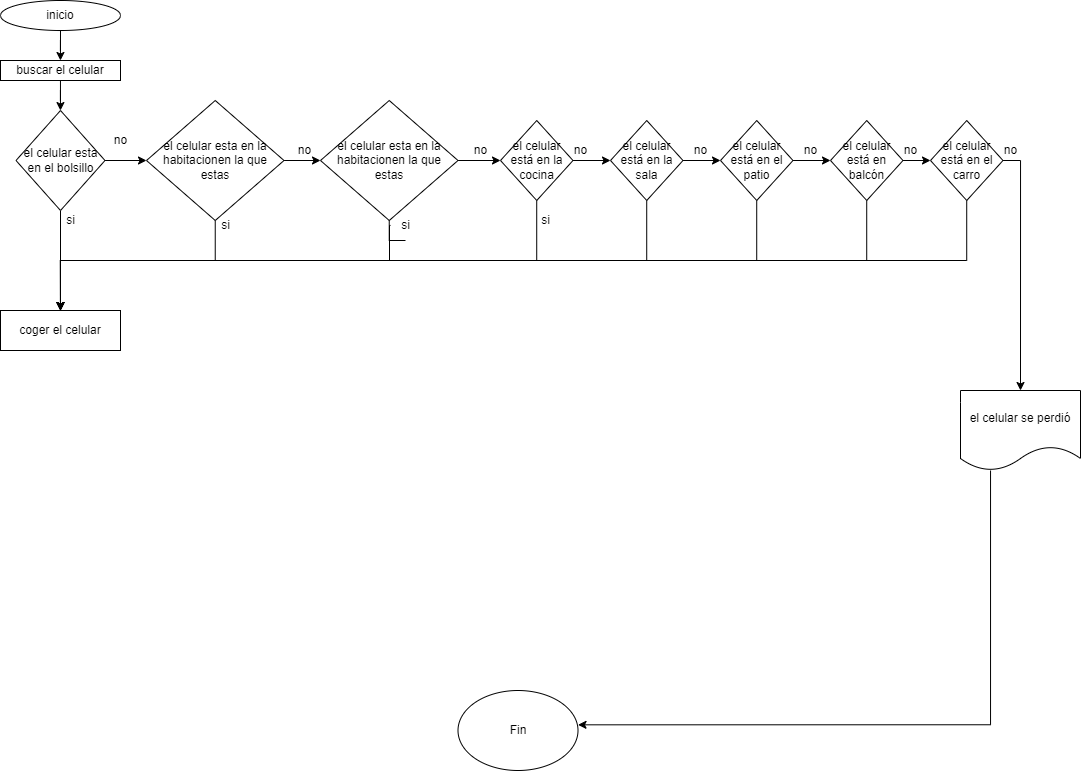
The draw.io diagram Poner a cargar tu celular.png in dasamepu/platzi-flowcharts-de-la-vida-diaria, before a commit. Source tidied: cells renumbered, new cells last; positions are measured from the earlier drawing's top-left corner, leaving out a move shared by most shapes.
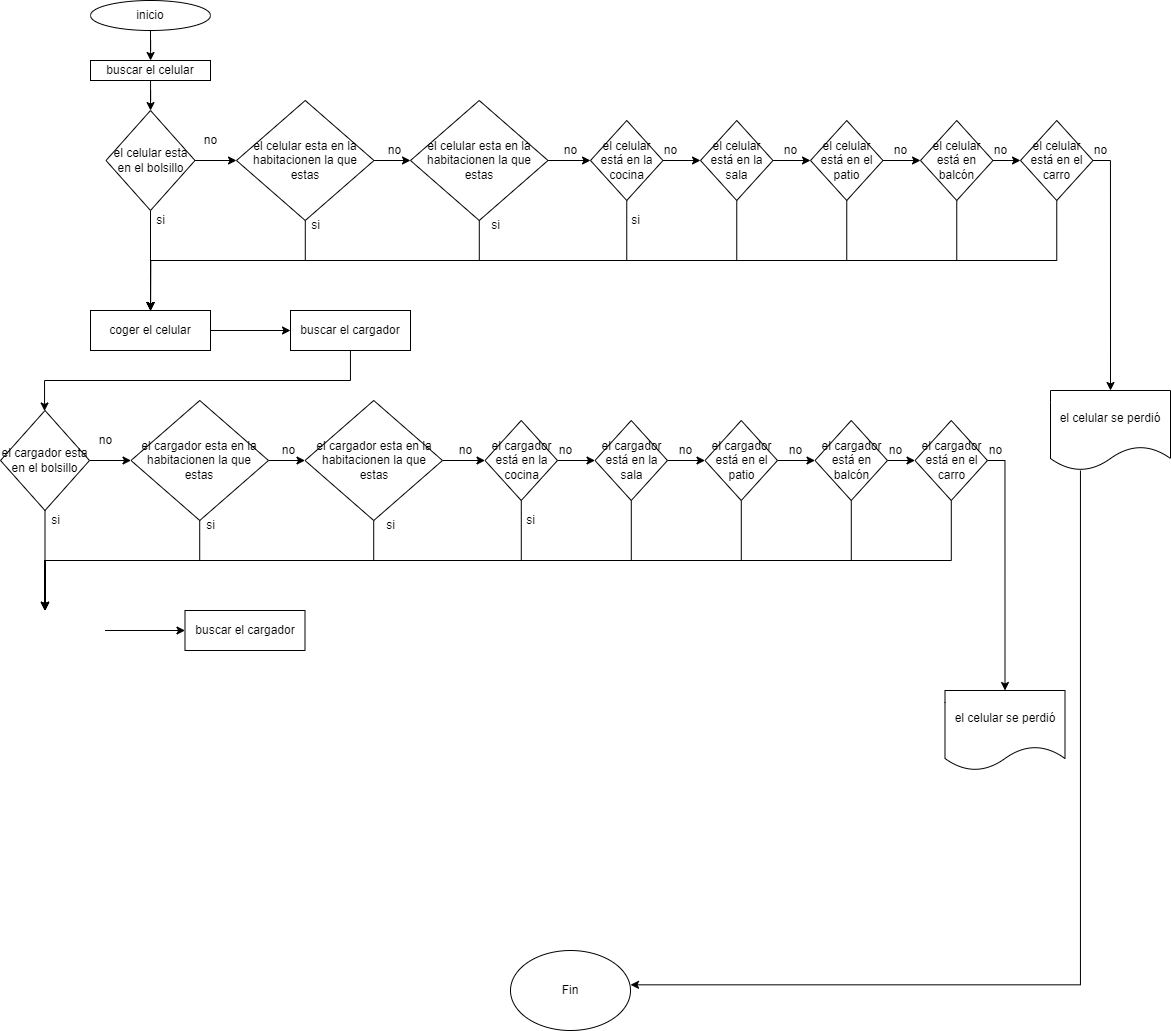
After the change.

The edit, as a diff of the source:
```diff
@@ -40,15 +40,15 @@
     <mxCell id="12" style="edgeStyle=orthogonalEdgeStyle;rounded=0;jettySize=auto;html=1;" parent="1" edge="1" source="14" target="17">
       <mxGeometry relative="1" as="geometry" />
     </mxCell>
-    <mxCell id="13" style="edgeStyle=orthogonalEdgeStyle;rounded=0;jettySize=auto;html=1;startArrow=none;" parent="1" edge="1" source="44">
-      <mxGeometry relative="1" as="geometry">
-        <mxPoint x="60" y="310" as="targetPoint" />
-        <Array as="points">
-          <mxPoint x="389" y="260" />
-          <mxPoint x="60" y="260" />
-        </Array>
-      </mxGeometry>
-    </mxCell>
+    <mxCell id="47" style="edgeStyle=orthogonalEdgeStyle;rounded=0;jettySize=auto;html=1;" parent="1" edge="1" source="14">
+      <mxGeometry relative="1" as="geometry">
+        <mxPoint x="60" y="310" as="targetPoint" />
+        <Array as="points">
+          <mxPoint x="389" y="260" />
+          <mxPoint x="60" y="260" />
+        </Array>
+      </mxGeometry>
+    </mxCell>
     <mxCell id="14" value="el celular esta en la habitacionen la que estas" style="rhombus;whiteSpace=wrap;html=1;" parent="1" vertex="1">
       <mxGeometry x="320" y="100" width="137.5" height="120" as="geometry" />
     </mxCell>
@@ -129,12 +129,12 @@
       <mxGeometry x="930" y="120" width="72.5" height="80" as="geometry" />
     </mxCell>
     <mxCell id="30" value="Fin" style="ellipse;whiteSpace=wrap;html=1;" parent="1" vertex="1">
-      <mxGeometry x="457.5" y="690" width="120" height="80" as="geometry" />
+      <mxGeometry x="420" y="950" width="120" height="80" as="geometry" />
     </mxCell>
     <mxCell id="31" style="edgeStyle=orthogonalEdgeStyle;rounded=0;jettySize=auto;html=1;entryX=1;entryY=0.429;entryDx=0;entryDy=0;entryPerimeter=0;" parent="1" edge="1" source="32" target="30">
       <mxGeometry relative="1" as="geometry">
         <Array as="points">
-          <mxPoint x="990" y="724" />
+          <mxPoint x="990" y="984" />
         </Array>
       </mxGeometry>
     </mxCell>
@@ -165,6 +165,9 @@
     <mxCell id="40" value="no" style="text;html=1;align=center;verticalAlign=middle;strokeColor=none;fillColor=none;" parent="1" vertex="1">
       <mxGeometry x="990" y="135" width="40" height="30" as="geometry" />
     </mxCell>
+    <mxCell id="48" style="edgeStyle=orthogonalEdgeStyle;rounded=0;jettySize=auto;html=1;" parent="1" edge="1" source="41" target="50">
+      <mxGeometry relative="1" as="geometry" />
+    </mxCell>
     <mxCell id="41" value="coger el celular" style="whiteSpace=wrap;html=1;" parent="1" vertex="1">
       <mxGeometry y="310" width="120" height="40" as="geometry" />
     </mxCell>
@@ -177,11 +180,186 @@
     <mxCell id="44" value="si&lt;span style=&quot;color: rgba(0, 0, 0, 0); font-family: monospace; font-size: 0px; text-align: start;&quot;&gt;%3CmxGraphModel%3E%3Croot%3E%3CmxCell%20id%3D%220%22%2F%3E%3CmxCell%20id%3D%221%22%20parent%3D%220%22%2F%3E%3CmxCell%20id%3D%222%22%20value%3D%22no%22%20style%3D%22text%3Bhtml%3D1%3Balign%3Dcenter%3BverticalAlign%3Dmiddle%3Bresizable%3D0%3Bpoints%3D%5B%5D%3Bautosize%3D1%3BstrokeColor%3Dnone%3BfillColor%3Dnone%3B%22%20vertex%3D%221%22%20parent%3D%221%22%3E%3CmxGeometry%20x%3D%22570%22%20y%3D%22155%22%20width%3D%2240%22%20height%3D%2230%22%20as%3D%22geometry%22%2F%3E%3C%2FmxCell%3E%3C%2Froot%3E%3C%2FmxGraphModel%3E&lt;/span&gt;" style="text;html=1;align=center;verticalAlign=middle;points=[];strokeColor=none;fillColor=none;" parent="1" vertex="1">
       <mxGeometry x="390" y="210" width="30" height="30" as="geometry" />
     </mxCell>
-    <mxCell id="45" style="edgeStyle=orthogonalEdgeStyle;rounded=0;jettySize=auto;html=1;endArrow=none;" parent="1" edge="1" source="14" target="44">
-      <mxGeometry relative="1" as="geometry" />
-    </mxCell>
     <mxCell id="46" value="si&lt;span style=&quot;color: rgba(0, 0, 0, 0); font-family: monospace; font-size: 0px; text-align: start;&quot;&gt;%3CmxGraphModel%3E%3Croot%3E%3CmxCell%20id%3D%220%22%2F%3E%3CmxCell%20id%3D%221%22%20parent%3D%220%22%2F%3E%3CmxCell%20id%3D%222%22%20value%3D%22no%22%20style%3D%22text%3Bhtml%3D1%3Balign%3Dcenter%3BverticalAlign%3Dmiddle%3Bresizable%3D0%3Bpoints%3D%5B%5D%3Bautosize%3D1%3BstrokeColor%3Dnone%3BfillColor%3Dnone%3B%22%20vertex%3D%221%22%20parent%3D%221%22%3E%3CmxGeometry%20x%3D%22570%22%20y%3D%22155%22%20width%3D%2240%22%20height%3D%2230%22%20as%3D%22geometry%22%2F%3E%3C%2FmxCell%3E%3C%2Froot%3E%3C%2FmxGraphModel%3E&lt;/span&gt;" style="text;html=1;align=center;verticalAlign=middle;strokeColor=none;fillColor=none;" parent="1" vertex="1">
       <mxGeometry x="530" y="205" width="30" height="30" as="geometry" />
     </mxCell>
+    <mxCell id="49" style="edgeStyle=orthogonalEdgeStyle;rounded=0;jettySize=auto;html=1;" parent="1" edge="1" source="50" target="53">
+      <mxGeometry relative="1" as="geometry">
+        <Array as="points">
+          <mxPoint x="260" y="380" />
+          <mxPoint x="-46" y="380" />
+        </Array>
+      </mxGeometry>
+    </mxCell>
+    <mxCell id="50" value="buscar el cargador" style="whiteSpace=wrap;html=1;" parent="1" vertex="1">
+      <mxGeometry x="200" y="310" width="120" height="40" as="geometry" />
+    </mxCell>
+    <mxCell id="51" style="edgeStyle=orthogonalEdgeStyle;rounded=0;jettySize=auto;html=1;" parent="1" edge="1" source="53" target="56">
+      <mxGeometry relative="1" as="geometry" />
+    </mxCell>
+    <mxCell id="52" style="edgeStyle=orthogonalEdgeStyle;rounded=0;jettySize=auto;html=1;" parent="1" edge="1" source="53">
+      <mxGeometry relative="1" as="geometry">
+        <mxPoint x="-45.5" y="610" as="targetPoint" />
+      </mxGeometry>
+    </mxCell>
+    <mxCell id="53" value="el cargador esta en el bolsillo" style="rhombus;whiteSpace=wrap;html=1;" parent="1" vertex="1">
+      <mxGeometry x="-90" y="410" width="89" height="100" as="geometry" />
+    </mxCell>
+    <mxCell id="54" style="edgeStyle=orthogonalEdgeStyle;rounded=0;jettySize=auto;html=1;" parent="1" edge="1" source="56" target="59">
+      <mxGeometry relative="1" as="geometry" />
+    </mxCell>
+    <mxCell id="55" style="edgeStyle=orthogonalEdgeStyle;rounded=0;jettySize=auto;html=1;entryX=0.5;entryY=0;entryDx=0;entryDy=0;" parent="1" edge="1" source="56">
+      <mxGeometry relative="1" as="geometry">
+        <mxPoint x="-45.5" y="610" as="targetPoint" />
+        <Array as="points">
+          <mxPoint x="109.5" y="560" />
+          <mxPoint x="-45.5" y="560" />
+        </Array>
+      </mxGeometry>
+    </mxCell>
+    <mxCell id="56" value="el cargador esta en la habitacionen la que estas" style="rhombus;whiteSpace=wrap;html=1;" parent="1" vertex="1">
+      <mxGeometry x="40.5" y="400" width="137.5" height="120" as="geometry" />
+    </mxCell>
+    <mxCell id="57" style="edgeStyle=orthogonalEdgeStyle;rounded=0;jettySize=auto;html=1;" parent="1" edge="1" source="59" target="62">
+      <mxGeometry relative="1" as="geometry" />
+    </mxCell>
+    <mxCell id="58" style="edgeStyle=orthogonalEdgeStyle;rounded=0;jettySize=auto;html=1;" parent="1" edge="1" source="59">
+      <mxGeometry relative="1" as="geometry">
+        <mxPoint x="-45.5" y="610" as="targetPoint" />
+        <Array as="points">
+          <mxPoint x="283.5" y="560" />
+          <mxPoint x="-45.5" y="560" />
+        </Array>
+      </mxGeometry>
+    </mxCell>
+    <mxCell id="59" value="el cargador esta en la habitacionen la que estas" style="rhombus;whiteSpace=wrap;html=1;" parent="1" vertex="1">
+      <mxGeometry x="214.5" y="400" width="137.5" height="120" as="geometry" />
+    </mxCell>
+    <mxCell id="60" style="edgeStyle=orthogonalEdgeStyle;rounded=0;jettySize=auto;html=1;" parent="1" edge="1" source="62" target="65">
+      <mxGeometry relative="1" as="geometry" />
+    </mxCell>
+    <mxCell id="61" style="edgeStyle=orthogonalEdgeStyle;rounded=0;jettySize=auto;html=1;" parent="1" edge="1" source="62">
+      <mxGeometry relative="1" as="geometry">
+        <mxPoint x="-45.5" y="610" as="targetPoint" />
+        <Array as="points">
+          <mxPoint x="430.5" y="560" />
+          <mxPoint x="-45.5" y="560" />
+        </Array>
+      </mxGeometry>
+    </mxCell>
+    <mxCell id="62" value="el cargador está en la cocina" style="rhombus;whiteSpace=wrap;html=1;" parent="1" vertex="1">
+      <mxGeometry x="394.5" y="420" width="72.5" height="80" as="geometry" />
+    </mxCell>
+    <mxCell id="63" style="edgeStyle=orthogonalEdgeStyle;rounded=0;jettySize=auto;html=1;" parent="1" edge="1" source="65" target="68">
+      <mxGeometry relative="1" as="geometry" />
+    </mxCell>
+    <mxCell id="64" style="edgeStyle=orthogonalEdgeStyle;rounded=0;jettySize=auto;html=1;entryX=0.5;entryY=0;entryDx=0;entryDy=0;" parent="1" edge="1" source="65">
+      <mxGeometry relative="1" as="geometry">
+        <mxPoint x="-45.5" y="610" as="targetPoint" />
+        <Array as="points">
+          <mxPoint x="540.5" y="560" />
+          <mxPoint x="-45.5" y="560" />
+        </Array>
+      </mxGeometry>
+    </mxCell>
+    <mxCell id="65" value="el cargador está en la sala" style="rhombus;whiteSpace=wrap;html=1;" parent="1" vertex="1">
+      <mxGeometry x="504.5" y="420" width="72.5" height="80" as="geometry" />
+    </mxCell>
+    <mxCell id="66" style="edgeStyle=orthogonalEdgeStyle;rounded=0;jettySize=auto;html=1;" parent="1" edge="1" source="68" target="71">
+      <mxGeometry relative="1" as="geometry" />
+    </mxCell>
+    <mxCell id="67" style="edgeStyle=orthogonalEdgeStyle;rounded=0;jettySize=auto;html=1;" parent="1" edge="1" source="68">
+      <mxGeometry relative="1" as="geometry">
+        <mxPoint x="-45.5" y="610" as="targetPoint" />
+        <Array as="points">
+          <mxPoint x="650.5" y="560" />
+          <mxPoint x="-45.5" y="560" />
+        </Array>
+      </mxGeometry>
+    </mxCell>
+    <mxCell id="68" value="el cargador está en el patio" style="rhombus;whiteSpace=wrap;html=1;" parent="1" vertex="1">
+      <mxGeometry x="614.5" y="420" width="72.5" height="80" as="geometry" />
+    </mxCell>
+    <mxCell id="69" style="edgeStyle=orthogonalEdgeStyle;rounded=0;jettySize=auto;html=1;" parent="1" edge="1" source="71" target="74">
+      <mxGeometry relative="1" as="geometry" />
+    </mxCell>
+    <mxCell id="70" style="edgeStyle=orthogonalEdgeStyle;rounded=0;jettySize=auto;html=1;" parent="1" edge="1" source="71">
+      <mxGeometry relative="1" as="geometry">
+        <mxPoint x="-45.5" y="610" as="targetPoint" />
+        <Array as="points">
+          <mxPoint x="760.5" y="560" />
+          <mxPoint x="-45.5" y="560" />
+        </Array>
+      </mxGeometry>
+    </mxCell>
+    <mxCell id="71" value="el cargador está en balcón" style="rhombus;whiteSpace=wrap;html=1;" parent="1" vertex="1">
+      <mxGeometry x="724.5" y="420" width="72.5" height="80" as="geometry" />
+    </mxCell>
+    <mxCell id="72" style="edgeStyle=orthogonalEdgeStyle;rounded=0;jettySize=auto;html=1;exitX=1;exitY=0.5;exitDx=0;exitDy=0;entryX=0.5;entryY=0;entryDx=0;entryDy=0;" parent="1" edge="1" source="74" target="75">
+      <mxGeometry relative="1" as="geometry">
+        <Array as="points">
+          <mxPoint x="914.5" y="460" />
+        </Array>
+      </mxGeometry>
+    </mxCell>
+    <mxCell id="73" style="edgeStyle=orthogonalEdgeStyle;rounded=0;jettySize=auto;html=1;" parent="1" edge="1" source="74">
+      <mxGeometry relative="1" as="geometry">
+        <mxPoint x="-45.5" y="610" as="targetPoint" />
+        <Array as="points">
+          <mxPoint x="860.5" y="560" />
+          <mxPoint x="-45.5" y="560" />
+        </Array>
+      </mxGeometry>
+    </mxCell>
+    <mxCell id="74" value="el cargador está en el&lt;br&gt;carro" style="rhombus;whiteSpace=wrap;html=1;" parent="1" vertex="1">
+      <mxGeometry x="824.5" y="420" width="72.5" height="80" as="geometry" />
+    </mxCell>
+    <mxCell id="75" value="el celular se perdió" style="shape=document;whiteSpace=wrap;html=1;boundedLbl=1;" parent="1" vertex="1">
+      <mxGeometry x="854.5" y="690" width="120" height="80" as="geometry" />
+    </mxCell>
+    <mxCell id="76" value="no" style="text;html=1;align=center;verticalAlign=middle;strokeColor=none;fillColor=none;" parent="1" vertex="1">
+      <mxGeometry x="-5.5" y="425" width="40" height="30" as="geometry" />
+    </mxCell>
+    <mxCell id="77" value="no" style="text;html=1;align=center;verticalAlign=middle;strokeColor=none;fillColor=none;" parent="1" vertex="1">
+      <mxGeometry x="178" y="435" width="40" height="30" as="geometry" />
+    </mxCell>
+    <mxCell id="78" value="no" style="text;html=1;align=center;verticalAlign=middle;strokeColor=none;fillColor=none;" parent="1" vertex="1">
+      <mxGeometry x="354.5" y="435" width="40" height="30" as="geometry" />
+    </mxCell>
+    <mxCell id="79" value="no" style="text;html=1;align=center;verticalAlign=middle;strokeColor=none;fillColor=none;" parent="1" vertex="1">
+      <mxGeometry x="454.5" y="435" width="40" height="30" as="geometry" />
+    </mxCell>
+    <mxCell id="80" value="no" style="text;html=1;align=center;verticalAlign=middle;strokeColor=none;fillColor=none;" parent="1" vertex="1">
+      <mxGeometry x="574.5" y="435" width="40" height="30" as="geometry" />
+    </mxCell>
+    <mxCell id="81" value="no" style="text;html=1;align=center;verticalAlign=middle;strokeColor=none;fillColor=none;" parent="1" vertex="1">
+      <mxGeometry x="684.5" y="435" width="40" height="30" as="geometry" />
+    </mxCell>
+    <mxCell id="82" value="no" style="text;html=1;align=center;verticalAlign=middle;strokeColor=none;fillColor=none;" parent="1" vertex="1">
+      <mxGeometry x="784.5" y="435" width="40" height="30" as="geometry" />
+    </mxCell>
+    <mxCell id="83" value="no" style="text;html=1;align=center;verticalAlign=middle;strokeColor=none;fillColor=none;" parent="1" vertex="1">
+      <mxGeometry x="884.5" y="435" width="40" height="30" as="geometry" />
+    </mxCell>
+    <mxCell id="84" style="edgeStyle=orthogonalEdgeStyle;rounded=0;jettySize=auto;html=1;" parent="1" edge="1" target="89">
+      <mxGeometry relative="1" as="geometry">
+        <mxPoint x="14.5" y="630" as="sourcePoint" />
+      </mxGeometry>
+    </mxCell>
+    <mxCell id="85" value="si&lt;span style=&quot;color: rgba(0, 0, 0, 0); font-family: monospace; font-size: 0px; text-align: start;&quot;&gt;%3CmxGraphModel%3E%3Croot%3E%3CmxCell%20id%3D%220%22%2F%3E%3CmxCell%20id%3D%221%22%20parent%3D%220%22%2F%3E%3CmxCell%20id%3D%222%22%20value%3D%22no%22%20style%3D%22text%3Bhtml%3D1%3Balign%3Dcenter%3BverticalAlign%3Dmiddle%3Bresizable%3D0%3Bpoints%3D%5B%5D%3Bautosize%3D1%3BstrokeColor%3Dnone%3BfillColor%3Dnone%3B%22%20vertex%3D%221%22%20parent%3D%221%22%3E%3CmxGeometry%20x%3D%22570%22%20y%3D%22155%22%20width%3D%2240%22%20height%3D%2230%22%20as%3D%22geometry%22%2F%3E%3C%2FmxCell%3E%3C%2Froot%3E%3C%2FmxGraphModel%3E&lt;/span&gt;" style="text;html=1;align=center;verticalAlign=middle;strokeColor=none;fillColor=none;" parent="1" vertex="1">
+      <mxGeometry x="-50.5" y="505" width="30" height="30" as="geometry" />
+    </mxCell>
+    <mxCell id="86" value="si&lt;span style=&quot;color: rgba(0, 0, 0, 0); font-family: monospace; font-size: 0px; text-align: start;&quot;&gt;%3CmxGraphModel%3E%3Croot%3E%3CmxCell%20id%3D%220%22%2F%3E%3CmxCell%20id%3D%221%22%20parent%3D%220%22%2F%3E%3CmxCell%20id%3D%222%22%20value%3D%22no%22%20style%3D%22text%3Bhtml%3D1%3Balign%3Dcenter%3BverticalAlign%3Dmiddle%3Bresizable%3D0%3Bpoints%3D%5B%5D%3Bautosize%3D1%3BstrokeColor%3Dnone%3BfillColor%3Dnone%3B%22%20vertex%3D%221%22%20parent%3D%221%22%3E%3CmxGeometry%20x%3D%22570%22%20y%3D%22155%22%20width%3D%2240%22%20height%3D%2230%22%20as%3D%22geometry%22%2F%3E%3C%2FmxCell%3E%3C%2Froot%3E%3C%2FmxGraphModel%3E&lt;/span&gt;" style="text;html=1;align=center;verticalAlign=middle;strokeColor=none;fillColor=none;" parent="1" vertex="1">
+      <mxGeometry x="104.5" y="510" width="30" height="30" as="geometry" />
+    </mxCell>
+    <mxCell id="87" value="si&lt;span style=&quot;color: rgba(0, 0, 0, 0); font-family: monospace; font-size: 0px; text-align: start;&quot;&gt;%3CmxGraphModel%3E%3Croot%3E%3CmxCell%20id%3D%220%22%2F%3E%3CmxCell%20id%3D%221%22%20parent%3D%220%22%2F%3E%3CmxCell%20id%3D%222%22%20value%3D%22no%22%20style%3D%22text%3Bhtml%3D1%3Balign%3Dcenter%3BverticalAlign%3Dmiddle%3Bresizable%3D0%3Bpoints%3D%5B%5D%3Bautosize%3D1%3BstrokeColor%3Dnone%3BfillColor%3Dnone%3B%22%20vertex%3D%221%22%20parent%3D%221%22%3E%3CmxGeometry%20x%3D%22570%22%20y%3D%22155%22%20width%3D%2240%22%20height%3D%2230%22%20as%3D%22geometry%22%2F%3E%3C%2FmxCell%3E%3C%2Froot%3E%3C%2FmxGraphModel%3E&lt;/span&gt;" style="text;html=1;align=center;verticalAlign=middle;strokeColor=none;fillColor=none;" parent="1" vertex="1">
+      <mxGeometry x="284.5" y="510" width="30" height="30" as="geometry" />
+    </mxCell>
+    <mxCell id="88" value="si&lt;span style=&quot;color: rgba(0, 0, 0, 0); font-family: monospace; font-size: 0px; text-align: start;&quot;&gt;%3CmxGraphModel%3E%3Croot%3E%3CmxCell%20id%3D%220%22%2F%3E%3CmxCell%20id%3D%221%22%20parent%3D%220%22%2F%3E%3CmxCell%20id%3D%222%22%20value%3D%22no%22%20style%3D%22text%3Bhtml%3D1%3Balign%3Dcenter%3BverticalAlign%3Dmiddle%3Bresizable%3D0%3Bpoints%3D%5B%5D%3Bautosize%3D1%3BstrokeColor%3Dnone%3BfillColor%3Dnone%3B%22%20vertex%3D%221%22%20parent%3D%221%22%3E%3CmxGeometry%20x%3D%22570%22%20y%3D%22155%22%20width%3D%2240%22%20height%3D%2230%22%20as%3D%22geometry%22%2F%3E%3C%2FmxCell%3E%3C%2Froot%3E%3C%2FmxGraphModel%3E&lt;/span&gt;" style="text;html=1;align=center;verticalAlign=middle;strokeColor=none;fillColor=none;" parent="1" vertex="1">
+      <mxGeometry x="424.5" y="505" width="30" height="30" as="geometry" />
+    </mxCell>
+    <mxCell id="89" value="buscar el cargador" style="whiteSpace=wrap;html=1;" parent="1" vertex="1">
+      <mxGeometry x="94.5" y="610" width="120" height="40" as="geometry" />
+    </mxCell>
   </root>
 </mxGraphModel>
```
